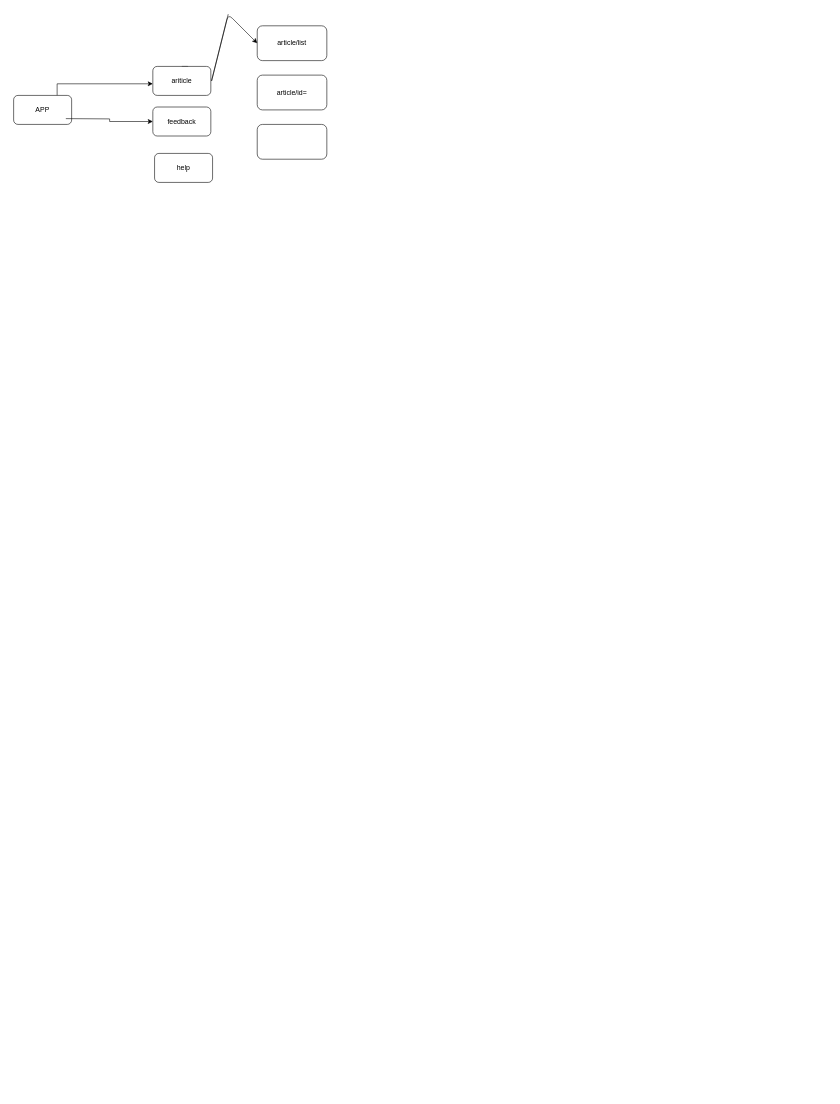
Above: 网络视图.drawio in dctongsheng/-001 (draw.io), before the change. Source tidied: cells renumbered, new cells numbered last; positions are measured from the earlier drawing's top-left corner, leaving out a move shared by most shapes. Both pictures are drawn from the tidied source at 58%, with x=0, y=0 at pixel (13, 14).
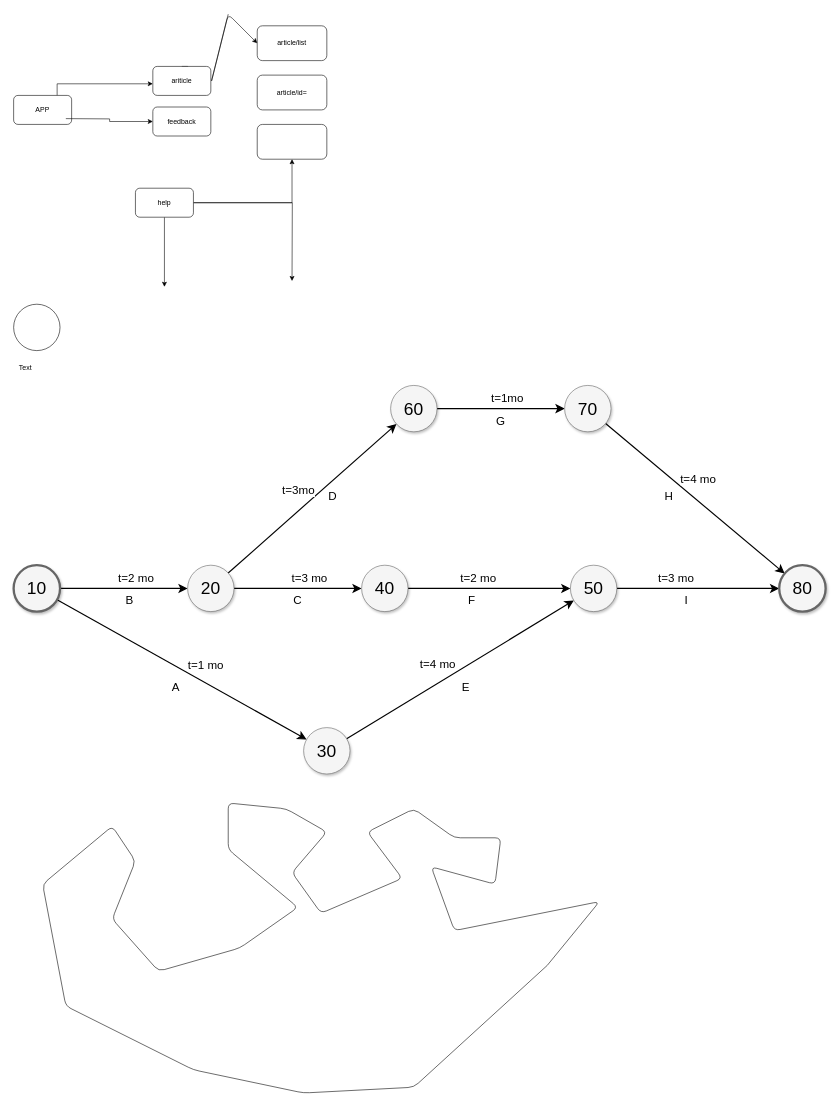
The same diagram, later.

Unchanged cells that the change refers to:
```xml
<mxCell id="8" style="rounded=1;whiteSpace=wrap;html=1;" parent="1" vertex="1">
  <mxGeometry x="420" y="190" width="120" height="60" as="geometry" />
</mxCell>
```

The edit, as a diff of the source:
```diff
@@
+    <mxCell id="13" style="edgeStyle=orthogonalEdgeStyle;rounded=0;jettySize=auto;html=1;" parent="1" edge="1" source="12">
+      <mxGeometry relative="1" as="geometry">
+        <mxPoint x="260" y="470" as="targetPoint" />
+      </mxGeometry>
+    </mxCell>
+    <mxCell id="14" style="edgeStyle=orthogonalEdgeStyle;rounded=0;jettySize=auto;html=1;entryX=0.5;entryY=1;entryDx=0;entryDy=0;" parent="1" edge="1" source="12" target="8">
+      <mxGeometry relative="1" as="geometry" />
+    </mxCell>
+    <mxCell id="15" style="edgeStyle=orthogonalEdgeStyle;rounded=0;jettySize=auto;html=1;exitX=1;exitY=0.5;exitDx=0;exitDy=0;" parent="1" edge="1" source="12">
+      <mxGeometry relative="1" as="geometry">
+        <mxPoint x="480" y="460" as="targetPoint" />
+      </mxGeometry>
+    </mxCell>
     <mxCell id="12" value="help&lt;br&gt;" style="rounded=1;whiteSpace=wrap;html=1;" parent="1" vertex="1">
-      <mxGeometry x="243" y="240" width="100" height="50" as="geometry" />
+      <mxGeometry x="210" y="300" width="100" height="50" as="geometry" />
     </mxCell>
+    <mxCell id="16" style="ellipse;whiteSpace=wrap;html=1;" parent="1" vertex="1">
+      <mxGeometry y="500" width="80" height="80" as="geometry" />
+    </mxCell>
+    <mxCell id="17" value="Text" style="text;html=1;align=center;verticalAlign=middle;fillColor=none;strokeColor=none;rounded=0;" parent="1" vertex="1">
+      <mxGeometry y="600" width="40" height="20" as="geometry" />
+    </mxCell>
+    <mxCell id="18" style="edgeStyle=none;curved=1;html=1;startSize=10;endArrow=classic;endFill=1;endSize=10;strokeColor=#000000;strokeWidth=2;fontSize=12;" parent="1" edge="1" source="22" target="27">
+      <mxGeometry relative="1" as="geometry" />
+    </mxCell>
+    <mxCell id="19" value="t=2 mo" style="text;html=1;align=center;verticalAlign=middle;labelBackgroundColor=none;fontSize=20;" parent="18" vertex="1">
+      <mxGeometry x="0.25" y="-5" relative="1" as="geometry">
+        <mxPoint x="-8" y="-25" as="offset" />
+      </mxGeometry>
+    </mxCell>
+    <mxCell id="20" style="edgeStyle=none;curved=1;html=1;startSize=10;endFill=1;endSize=10;strokeWidth=2;fontSize=12;" parent="1" edge="1" source="22" target="30">
+      <mxGeometry relative="1" as="geometry" />
+    </mxCell>
+    <mxCell id="21" value="t=1 mo" style="text;html=1;align=center;verticalAlign=middle;labelBackgroundColor=#ffffff;fontSize=20;" parent="20" vertex="1">
+      <mxGeometry x="-0.07" y="-2" relative="1" as="geometry">
+        <mxPoint x="57" y="-3" as="offset" />
+      </mxGeometry>
+    </mxCell>
+    <mxCell id="22" value="10" style="ellipse;whiteSpace=wrap;html=1;rounded=0;shadow=1;strokeColor=#666666;strokeWidth=4;fontSize=30;align=center;fillColor=#f5f5f5;" parent="1" vertex="1">
+      <mxGeometry y="950" width="80" height="80" as="geometry" />
+    </mxCell>
+    <mxCell id="23" style="edgeStyle=none;curved=1;html=1;startSize=10;endFill=1;endSize=10;strokeWidth=2;fontSize=12;" parent="1" edge="1" source="27" target="39">
+      <mxGeometry relative="1" as="geometry" />
+    </mxCell>
+    <mxCell id="24" value="t=3 mo" style="text;html=1;align=center;verticalAlign=middle;labelBackgroundColor=#ffffff;fontSize=20;" parent="23" vertex="1">
+      <mxGeometry x="0.15" relative="1" as="geometry">
+        <mxPoint x="3" y="-20" as="offset" />
+      </mxGeometry>
+    </mxCell>
+    <mxCell id="25" style="edgeStyle=none;curved=1;html=1;startSize=10;endFill=1;endSize=10;strokeWidth=2;fontSize=12;" parent="1" edge="1" source="27" target="36">
+      <mxGeometry relative="1" as="geometry" />
+    </mxCell>
+    <mxCell id="26" value="t=3mo" style="text;html=1;align=center;verticalAlign=middle;labelBackgroundColor=#ffffff;fontSize=20;" parent="25" vertex="1">
+      <mxGeometry x="0.17" y="-3" relative="1" as="geometry">
+        <mxPoint x="-51" y="4" as="offset" />
+      </mxGeometry>
+    </mxCell>
+    <mxCell id="27" value="20" style="ellipse;whiteSpace=wrap;html=1;rounded=0;shadow=1;strokeColor=#666666;strokeWidth=1;fontSize=30;align=center;fillColor=#f5f5f5;" parent="1" vertex="1">
+      <mxGeometry x="300" y="950" width="80" height="80" as="geometry" />
+    </mxCell>
+    <mxCell id="28" style="edgeStyle=none;curved=1;html=1;startSize=10;endFill=1;endSize=10;strokeWidth=2;fontSize=12;" parent="1" edge="1" source="30" target="33">
+      <mxGeometry relative="1" as="geometry" />
+    </mxCell>
+    <mxCell id="29" value="t=4 mo" style="text;html=1;align=center;verticalAlign=middle;labelBackgroundColor=#ffffff;fontSize=20;" parent="28" vertex="1">
+      <mxGeometry x="-0.13" y="-6" relative="1" as="geometry">
+        <mxPoint x="-17" y="-31" as="offset" />
+      </mxGeometry>
+    </mxCell>
+    <mxCell id="30" value="30" style="ellipse;whiteSpace=wrap;html=1;rounded=0;shadow=1;strokeColor=#666666;strokeWidth=1;fontSize=30;align=center;fillColor=#f5f5f5;" parent="1" vertex="1">
+      <mxGeometry x="500" y="1230" width="80" height="80" as="geometry" />
+    </mxCell>
+    <mxCell id="31" style="edgeStyle=none;curved=1;html=1;startSize=10;endFill=1;endSize=10;strokeWidth=2;fontSize=12;" parent="1" edge="1" source="33" target="43">
+      <mxGeometry relative="1" as="geometry" />
+    </mxCell>
+    <mxCell id="32" value="t=3 mo" style="text;html=1;align=center;verticalAlign=middle;labelBackgroundColor=#ffffff;fontSize=20;" parent="31" vertex="1">
+      <mxGeometry x="-0.41" y="-1" relative="1" as="geometry">
+        <mxPoint x="18" y="-21" as="offset" />
+      </mxGeometry>
+    </mxCell>
+    <mxCell id="33" value="50" style="ellipse;whiteSpace=wrap;html=1;rounded=0;shadow=1;strokeColor=#666666;strokeWidth=1;fontSize=30;align=center;fillColor=#f5f5f5;" parent="1" vertex="1">
+      <mxGeometry x="960" y="950" width="80" height="80" as="geometry" />
+    </mxCell>
+    <mxCell id="34" style="edgeStyle=none;curved=1;html=1;startSize=10;endFill=1;endSize=10;strokeWidth=2;fontSize=12;" parent="1" edge="1" source="36" target="42">
+      <mxGeometry relative="1" as="geometry" />
+    </mxCell>
+    <mxCell id="35" value="t=1mo" style="text;html=1;align=center;verticalAlign=middle;labelBackgroundColor=#ffffff;fontSize=20;" parent="34" vertex="1">
+      <mxGeometry x="-0.07" y="-5" relative="1" as="geometry">
+        <mxPoint x="18" y="-25" as="offset" />
+      </mxGeometry>
+    </mxCell>
+    <mxCell id="36" value="60" style="ellipse;whiteSpace=wrap;html=1;rounded=0;shadow=1;strokeColor=#666666;strokeWidth=1;fontSize=30;align=center;fillColor=#f5f5f5;" parent="1" vertex="1">
+      <mxGeometry x="650" y="640" width="80" height="80" as="geometry" />
+    </mxCell>
+    <mxCell id="37" style="edgeStyle=none;curved=1;html=1;startSize=10;endFill=1;endSize=10;strokeWidth=2;fontSize=12;" parent="1" edge="1" source="39" target="33">
+      <mxGeometry relative="1" as="geometry" />
+    </mxCell>
+    <mxCell id="38" value="t=2 mo" style="text;html=1;align=center;verticalAlign=middle;labelBackgroundColor=#ffffff;fontSize=20;" parent="37" vertex="1">
+      <mxGeometry x="-0.35" y="-1" relative="1" as="geometry">
+        <mxPoint x="29" y="-21" as="offset" />
+      </mxGeometry>
+    </mxCell>
+    <mxCell id="39" value="40" style="ellipse;whiteSpace=wrap;html=1;rounded=0;shadow=1;strokeColor=#666666;strokeWidth=1;fontSize=30;align=center;fillColor=#f5f5f5;" parent="1" vertex="1">
+      <mxGeometry x="600" y="950" width="80" height="80" as="geometry" />
+    </mxCell>
+    <mxCell id="40" style="edgeStyle=none;curved=1;html=1;startSize=10;endFill=1;endSize=10;strokeWidth=2;fontSize=12;" parent="1" edge="1" source="42" target="43">
+      <mxGeometry relative="1" as="geometry" />
+    </mxCell>
+    <mxCell id="41" value="t=4 mo" style="text;html=1;align=center;verticalAlign=middle;labelBackgroundColor=#ffffff;fontSize=20;" parent="40" vertex="1">
+      <mxGeometry x="-0.27" y="2" relative="1" as="geometry">
+        <mxPoint x="45" y="1" as="offset" />
+      </mxGeometry>
+    </mxCell>
+    <mxCell id="42" value="70" style="ellipse;whiteSpace=wrap;html=1;rounded=0;shadow=1;strokeColor=#666666;strokeWidth=1;fontSize=30;align=center;fillColor=#f5f5f5;" parent="1" vertex="1">
+      <mxGeometry x="950" y="640" width="80" height="80" as="geometry" />
+    </mxCell>
+    <mxCell id="43" value="80" style="ellipse;whiteSpace=wrap;html=1;rounded=0;shadow=1;strokeColor=#666666;strokeWidth=4;fontSize=30;align=center;fillColor=#f5f5f5;" parent="1" vertex="1">
+      <mxGeometry x="1320" y="950" width="80" height="80" as="geometry" />
+    </mxCell>
+    <mxCell id="44" value="A" style="text;html=1;strokeColor=none;fillColor=none;align=center;verticalAlign=middle;whiteSpace=wrap;rounded=0;shadow=1;labelBackgroundColor=none;fontSize=20;" parent="1" vertex="1">
+      <mxGeometry x="260" y="1150" width="40" height="20" as="geometry" />
+    </mxCell>
+    <mxCell id="45" value="B" style="text;html=1;strokeColor=none;fillColor=none;align=center;verticalAlign=middle;whiteSpace=wrap;rounded=0;shadow=1;labelBackgroundColor=none;fontSize=20;" parent="1" vertex="1">
+      <mxGeometry x="180" y="1000" width="40" height="20" as="geometry" />
+    </mxCell>
+    <mxCell id="46" value="C" style="text;html=1;strokeColor=none;fillColor=none;align=center;verticalAlign=middle;whiteSpace=wrap;rounded=0;shadow=1;labelBackgroundColor=none;fontSize=20;" parent="1" vertex="1">
+      <mxGeometry x="470" y="1000" width="40" height="20" as="geometry" />
+    </mxCell>
+    <mxCell id="47" value="D" style="text;html=1;strokeColor=none;fillColor=none;align=center;verticalAlign=middle;whiteSpace=wrap;rounded=0;shadow=1;labelBackgroundColor=none;fontSize=20;" parent="1" vertex="1">
+      <mxGeometry x="530" y="820" width="40" height="20" as="geometry" />
+    </mxCell>
+    <mxCell id="48" value="E" style="text;html=1;strokeColor=none;fillColor=none;align=center;verticalAlign=middle;whiteSpace=wrap;rounded=0;shadow=1;labelBackgroundColor=none;fontSize=20;" parent="1" vertex="1">
+      <mxGeometry x="760" y="1150" width="40" height="20" as="geometry" />
+    </mxCell>
+    <mxCell id="49" value="F" style="text;html=1;strokeColor=none;fillColor=none;align=center;verticalAlign=middle;whiteSpace=wrap;rounded=0;shadow=1;labelBackgroundColor=none;fontSize=20;" parent="1" vertex="1">
+      <mxGeometry x="770" y="1000" width="40" height="20" as="geometry" />
+    </mxCell>
+    <mxCell id="50" value="G" style="text;html=1;strokeColor=none;fillColor=none;align=center;verticalAlign=middle;whiteSpace=wrap;rounded=0;shadow=1;labelBackgroundColor=none;fontSize=20;" parent="1" vertex="1">
+      <mxGeometry x="820" y="690" width="40" height="20" as="geometry" />
+    </mxCell>
+    <mxCell id="51" value="H" style="text;html=1;strokeColor=none;fillColor=none;align=center;verticalAlign=middle;whiteSpace=wrap;rounded=0;shadow=1;labelBackgroundColor=none;fontSize=20;" parent="1" vertex="1">
+      <mxGeometry x="1110" y="820" width="40" height="20" as="geometry" />
+    </mxCell>
+    <mxCell id="52" value="I" style="text;html=1;strokeColor=none;fillColor=none;align=center;verticalAlign=middle;whiteSpace=wrap;rounded=0;shadow=1;labelBackgroundColor=none;fontSize=20;" parent="1" vertex="1">
+      <mxGeometry x="1140" y="1000" width="40" height="20" as="geometry" />
+    </mxCell>
+    <mxCell id="53" style="endArrow=none;html=1;" parent="1" edge="1">
+      <mxGeometry relative="1" as="geometry">
+        <mxPoint x="920" y="1640" as="sourcePoint" />
+        <mxPoint x="920" y="1640" as="targetPoint" />
+        <Array as="points">
+          <mxPoint x="690" y="1850" />
+          <mxPoint x="500" y="1860" />
+          <mxPoint x="310" y="1820" />
+          <mxPoint x="90" y="1710" />
+          <mxPoint x="50" y="1500" />
+          <mxPoint x="170" y="1400" />
+          <mxPoint x="210" y="1460" />
+          <mxPoint x="170" y="1560" />
+          <mxPoint x="250" y="1650" />
+          <mxPoint x="390" y="1610" />
+          <mxPoint x="490" y="1540" />
+          <mxPoint x="370" y="1440" />
+          <mxPoint x="370" y="1360" />
+          <mxPoint x="470" y="1370" />
+          <mxPoint x="540" y="1410" />
+          <mxPoint x="480" y="1480" />
+          <mxPoint x="530" y="1550" />
+          <mxPoint x="600" y="1520" />
+          <mxPoint x="670" y="1490" />
+          <mxPoint x="610" y="1410" />
+          <mxPoint x="690" y="1370" />
+          <mxPoint x="760" y="1420" />
+          <mxPoint x="840" y="1420" />
+          <mxPoint x="830" y="1500" />
+          <mxPoint x="720" y="1470" />
+          <mxPoint x="760" y="1580" />
+          <mxPoint x="1010" y="1530" />
+        </Array>
+      </mxGeometry>
+    </mxCell>
```
